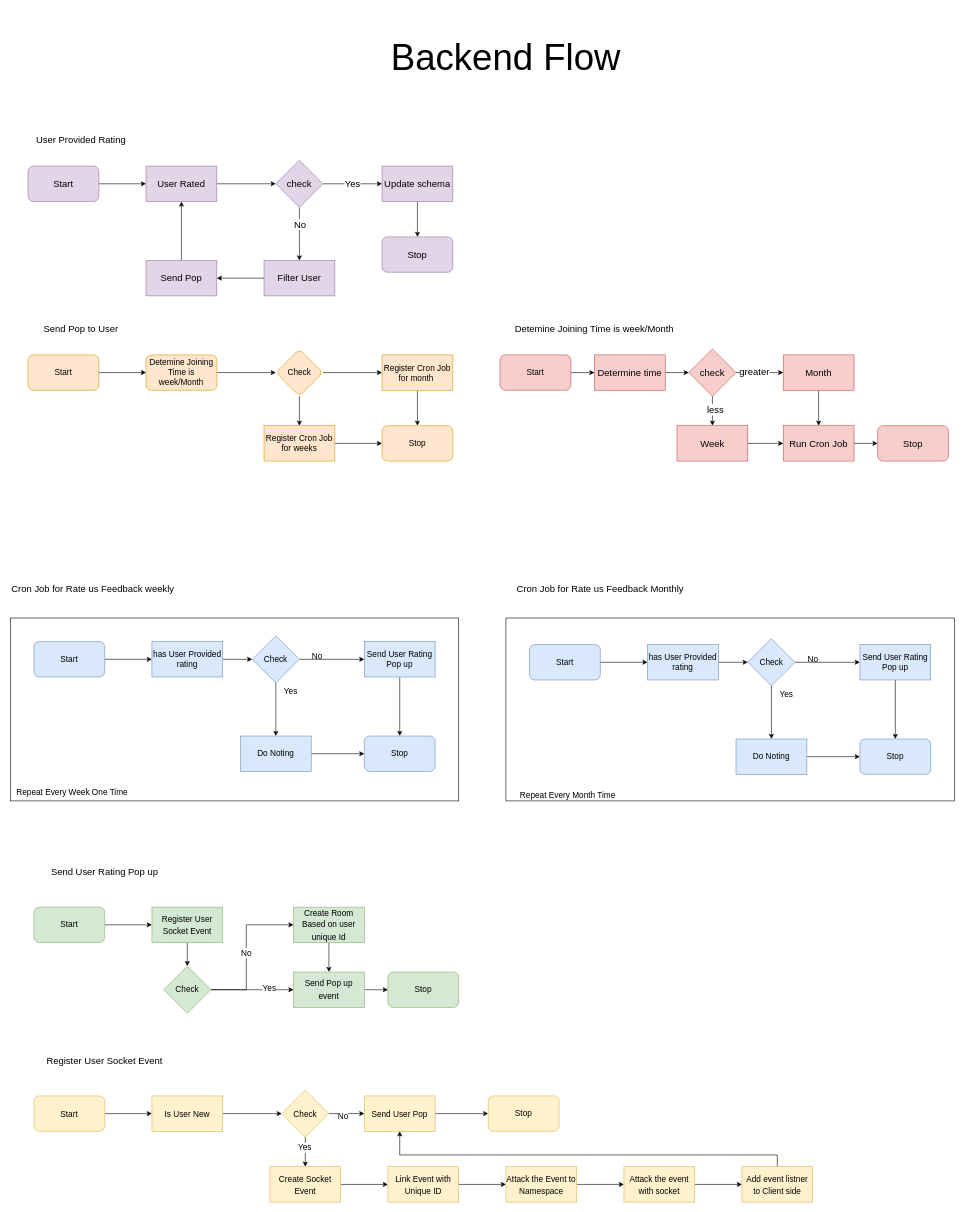
Above: Backend Flow.drawio in OmerAnwaar/RacketPalTest (draw.io), before the change. Source tidied: cells renumbered, new cells numbered last; positions are measured from the earlier drawing's top-left corner, leaving out a move shared by most shapes. Both pictures are drawn from the tidied source at 59%, with x=0, y=0 at pixel (10, 10).
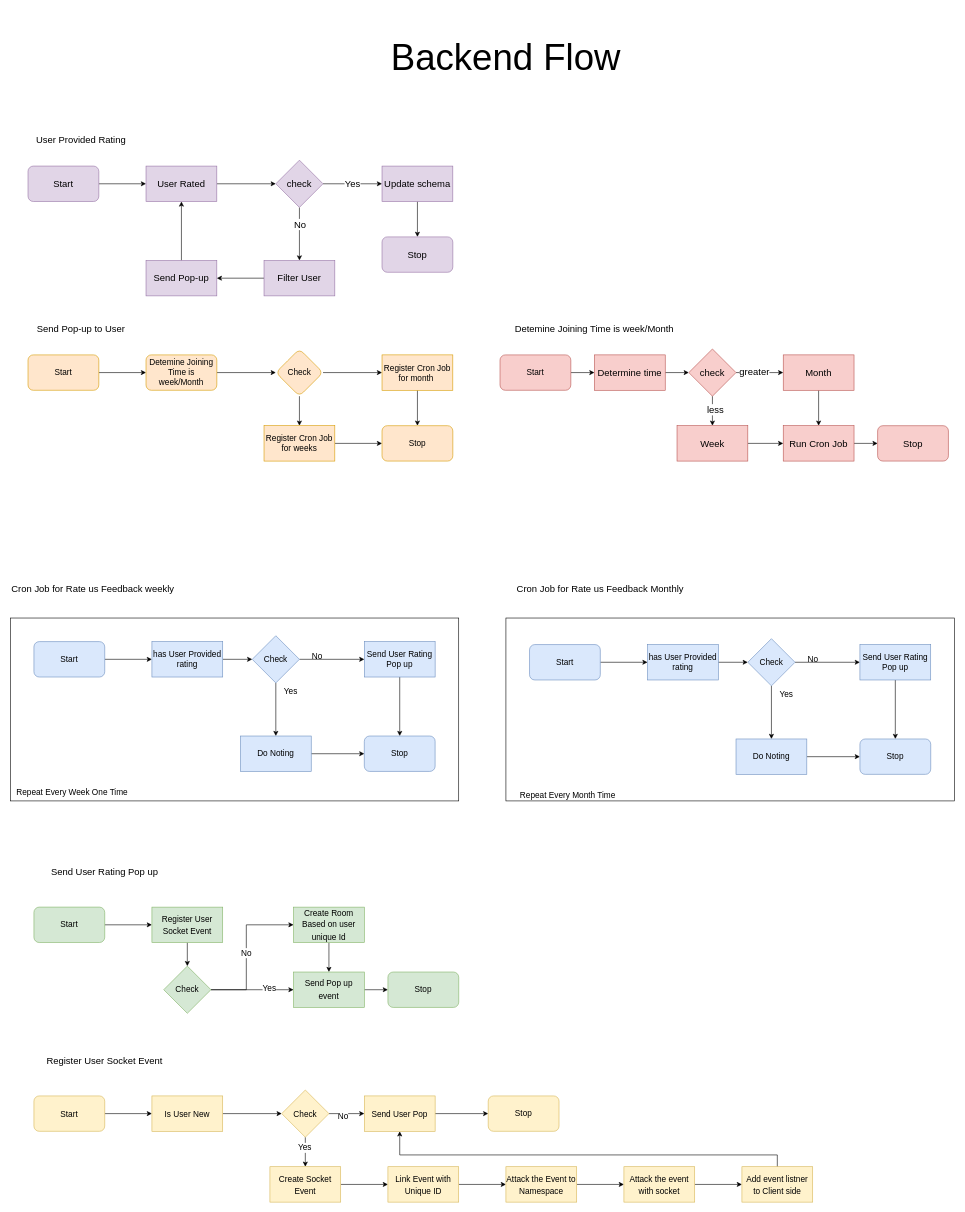
Above is the later version.

Commit message (it also covers changes not shown here):
feat: A/B testing configured right

The edit, as a diff of the source:
```diff
@@
-    <mxCell id="77" value="&lt;span style=&quot;font-size: 16px;&quot;&gt;Send Pop to User&lt;/span&gt;" style="text;html=1;strokeColor=none;fillColor=none;align=center;verticalAlign=middle;whiteSpace=wrap;rounded=0;" parent="1" vertex="1">
+    <mxCell id="77" value="&lt;span style=&quot;font-size: 16px;&quot;&gt;Send Pop-up to User&lt;/span&gt;" style="text;html=1;strokeColor=none;fillColor=none;align=center;verticalAlign=middle;whiteSpace=wrap;rounded=0;" parent="1" vertex="1">
       <mxGeometry x="40" y="520" width="160" height="40" as="geometry" />
     </mxCell>
@@
-    <mxCell id="121" value="Send Pop" style="whiteSpace=wrap;html=1;fontSize=16;fillColor=#e1d5e7;strokeColor=#9673a6;rounded=0;" parent="1" vertex="1">
+    <mxCell id="121" value="Send Pop-up" style="whiteSpace=wrap;html=1;fontSize=16;fillColor=#e1d5e7;strokeColor=#9673a6;rounded=0;" parent="1" vertex="1">
       <mxGeometry x="230" y="424" width="120" height="60" as="geometry" />
     </mxCell>
```
